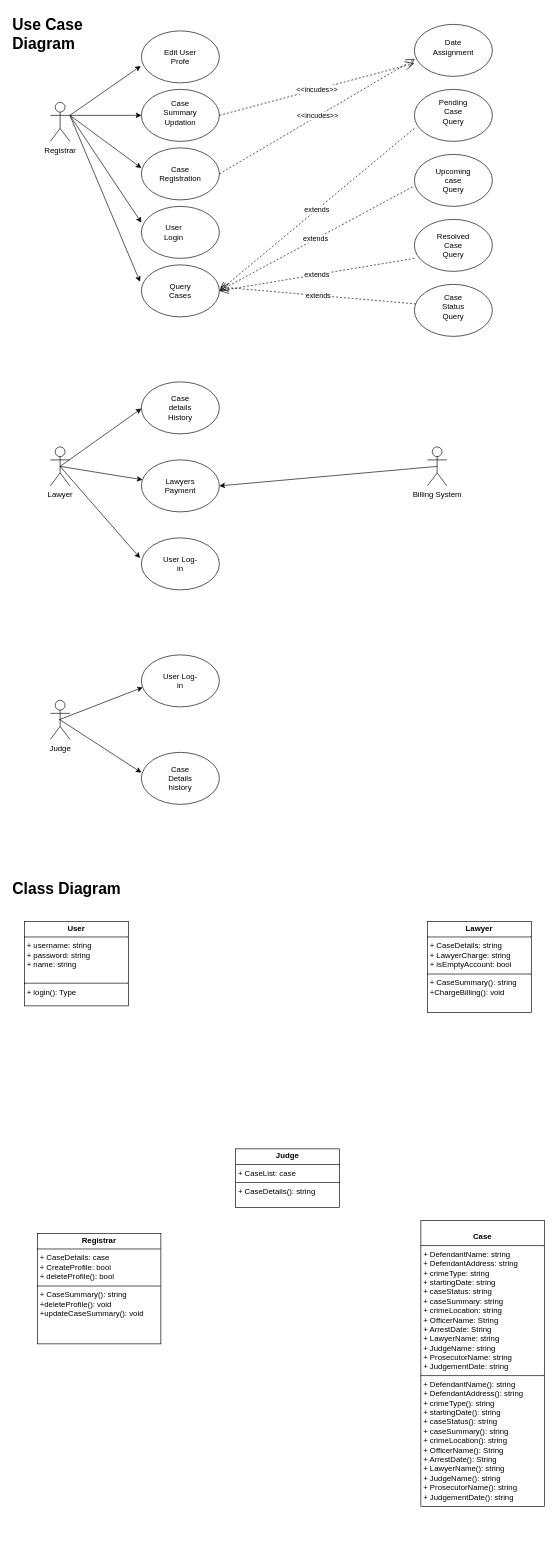
This is classss.drawio from amRohitKumar/software-lab, a draw.io file, before an edit. Source tidied: cells renumbered, new cells numbered last; positions are measured from the earlier drawing's top-left corner, leaving out a move shared by most shapes. Both pictures are drawn from the tidied source at 65%, with x=0, y=0 at pixel (11, 11).
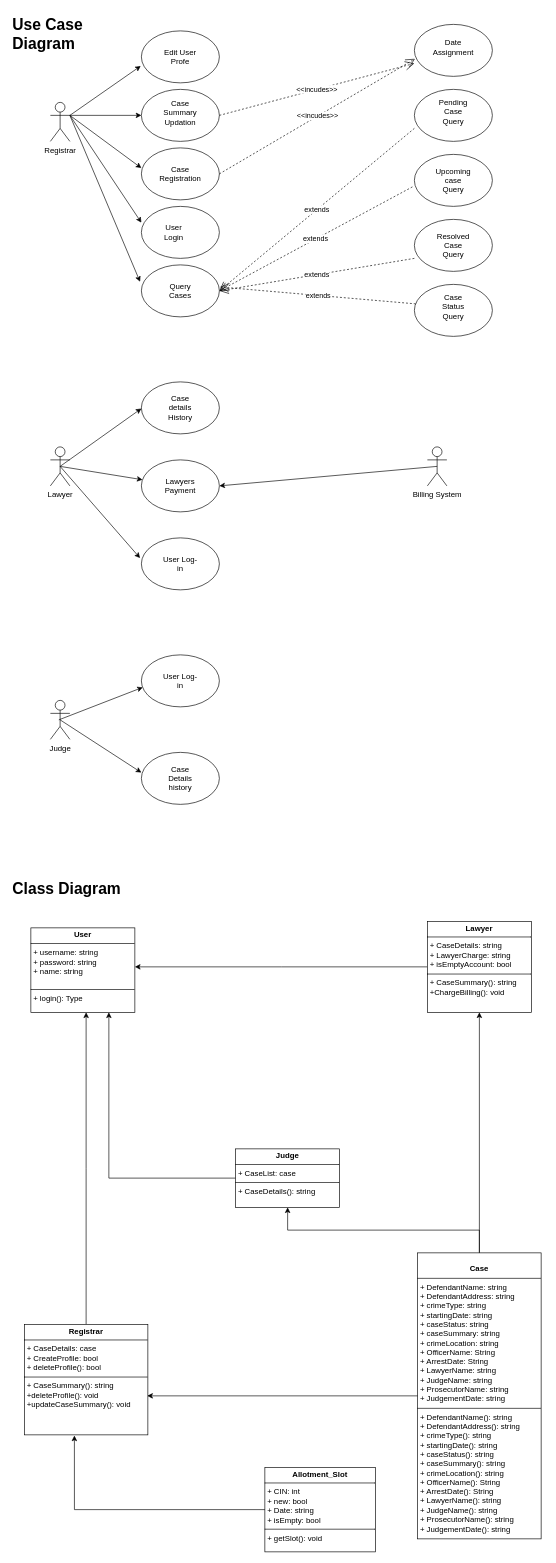
The same diagram, later.

Unchanged cells that the change refers to:
```xml
<mxCell id="56" value="&lt;p style=&quot;margin:0px;margin-top:4px;text-align:center;&quot;&gt;&lt;b&gt;Judge&lt;/b&gt;&lt;/p&gt;&lt;hr size=&quot;1&quot; style=&quot;border-style:solid;&quot;&gt;&lt;p style=&quot;margin:0px;margin-left:4px;&quot;&gt;+ CaseList: case&lt;/p&gt;&lt;hr size=&quot;1&quot; style=&quot;border-style:solid;&quot;&gt;&lt;p style=&quot;margin:0px;margin-left:4px;&quot;&gt;+ CaseDetails(): string&lt;/p&gt;&lt;p style=&quot;margin:0px;margin-left:4px;&quot;&gt;&lt;br&gt;&lt;/p&gt;" style="verticalAlign=top;align=left;overflow=fill;html=1;whiteSpace=wrap;" parent="1" vertex="1">
  <mxGeometry x="345" y="1750" width="160" height="90" as="geometry" />
</mxCell>
<mxCell id="58" value="&lt;p style=&quot;margin:0px;margin-top:4px;text-align:center;&quot;&gt;&lt;b&gt;Lawyer&lt;/b&gt;&lt;/p&gt;&lt;hr size=&quot;1&quot; style=&quot;border-style:solid;&quot;&gt;&lt;p style=&quot;margin:0px;margin-left:4px;&quot;&gt;+ CaseDetails: string&lt;/p&gt;&lt;p style=&quot;margin:0px;margin-left:4px;&quot;&gt;+ LawyerCharge: string&lt;br&gt;&lt;/p&gt;&lt;p style=&quot;margin:0px;margin-left:4px;&quot;&gt;+ isEmptyAccount: bool&lt;br&gt;&lt;/p&gt;&lt;hr size=&quot;1&quot; style=&quot;border-style:solid;&quot;&gt;&lt;p style=&quot;margin:0px;margin-left:4px;&quot;&gt;+ CaseSummary(): string&lt;/p&gt;&lt;p style=&quot;margin:0px;margin-left:4px;&quot;&gt;+ChargeBilling(): void&lt;/p&gt;" style="verticalAlign=top;align=left;overflow=fill;html=1;whiteSpace=wrap;" parent="1" vertex="1">
  <mxGeometry x="640" y="1400" width="160" height="140" as="geometry" />
</mxCell>
```

What changed in the source:
```diff
@@
+    <mxCell id="60" style="edgeStyle=orthogonalEdgeStyle;rounded=0;jettySize=auto;html=1;exitX=0.5;exitY=0;exitDx=0;exitDy=0;entryX=0.5;entryY=1;entryDx=0;entryDy=0;" parent="1" edge="1" source="55" target="56">
+      <mxGeometry relative="1" as="geometry" />
+    </mxCell>
+    <mxCell id="61" style="edgeStyle=orthogonalEdgeStyle;rounded=0;jettySize=auto;html=1;" parent="1" edge="1" source="55" target="58">
+      <mxGeometry relative="1" as="geometry" />
+    </mxCell>
     <mxCell id="55" value="&lt;p style=&quot;margin:0px;margin-top:4px;text-align:center;&quot;&gt;&lt;br&gt;&lt;b&gt;Case&lt;/b&gt;&lt;/p&gt;&lt;hr size=&quot;1&quot; style=&quot;border-style:solid;&quot;&gt;&lt;p style=&quot;margin:0px;margin-left:4px;&quot;&gt;+ DefendantName: string&lt;/p&gt;&lt;p style=&quot;margin:0px;margin-left:4px;&quot;&gt;+ DefendantAddress: string&lt;br&gt;&lt;/p&gt;&lt;p style=&quot;margin:0px;margin-left:4px;&quot;&gt;+ crimeType: string&lt;br&gt;&lt;/p&gt;&lt;p style=&quot;margin:0px;margin-left:4px;&quot;&gt;+ startingDate: string&lt;br&gt;&lt;/p&gt;&lt;p style=&quot;margin:0px;margin-left:4px;&quot;&gt;+ caseStatus: string&lt;br&gt;&lt;/p&gt;&lt;p style=&quot;margin:0px;margin-left:4px;&quot;&gt;+ caseSummary: string&lt;br&gt;&lt;/p&gt;&lt;p style=&quot;margin:0px;margin-left:4px;&quot;&gt;+ crimeLocation: string&lt;br&gt;&lt;/p&gt;&lt;p style=&quot;margin:0px;margin-left:4px;&quot;&gt;+ OfficerName: String&lt;br&gt;&lt;/p&gt;&lt;p style=&quot;margin:0px;margin-left:4px;&quot;&gt;+ ArrestDate: String&lt;br&gt;&lt;/p&gt;&lt;p style=&quot;margin:0px;margin-left:4px;&quot;&gt;+ LawyerName: string&lt;br&gt;&lt;/p&gt;&lt;p style=&quot;margin:0px;margin-left:4px;&quot;&gt;+ JudgeName: string&lt;br&gt;&lt;/p&gt;&lt;p style=&quot;margin:0px;margin-left:4px;&quot;&gt;+ ProsecutorName: string&lt;br&gt;&lt;/p&gt;&lt;p style=&quot;margin:0px;margin-left:4px;&quot;&gt;+ JudgementDate: string&lt;/p&gt;&lt;hr size=&quot;1&quot; style=&quot;border-style:solid;&quot;&gt;&lt;p style=&quot;margin: 0px 0px 0px 4px;&quot;&gt;+ DefendantName(): string&lt;/p&gt;&lt;p style=&quot;margin: 0px 0px 0px 4px;&quot;&gt;+ DefendantAddress(): string&lt;br&gt;&lt;/p&gt;&lt;p style=&quot;margin: 0px 0px 0px 4px;&quot;&gt;+ crimeType(): string&lt;br&gt;&lt;/p&gt;&lt;p style=&quot;margin: 0px 0px 0px 4px;&quot;&gt;+ startingDate(): string&lt;br&gt;&lt;/p&gt;&lt;p style=&quot;margin: 0px 0px 0px 4px;&quot;&gt;+ caseStatus(): string&lt;br&gt;&lt;/p&gt;&lt;p style=&quot;margin: 0px 0px 0px 4px;&quot;&gt;+ caseSummary(): string&lt;br&gt;&lt;/p&gt;&lt;p style=&quot;margin: 0px 0px 0px 4px;&quot;&gt;+ crimeLocation(): string&lt;br&gt;&lt;/p&gt;&lt;p style=&quot;margin: 0px 0px 0px 4px;&quot;&gt;+ OfficerName(): String&lt;br&gt;&lt;/p&gt;&lt;p style=&quot;margin: 0px 0px 0px 4px;&quot;&gt;+ ArrestDate(): String&lt;br&gt;&lt;/p&gt;&lt;p style=&quot;margin: 0px 0px 0px 4px;&quot;&gt;+ LawyerName(): string&lt;br&gt;&lt;/p&gt;&lt;p style=&quot;margin: 0px 0px 0px 4px;&quot;&gt;+ JudgeName(): string&lt;br&gt;&lt;/p&gt;&lt;p style=&quot;margin: 0px 0px 0px 4px;&quot;&gt;+ ProsecutorName(): string&lt;br&gt;&lt;/p&gt;&lt;p style=&quot;margin: 0px 0px 0px 4px;&quot;&gt;+ JudgementDate(): string&lt;/p&gt;&lt;div&gt;&lt;br&gt;&lt;/div&gt;" style="verticalAlign=top;align=left;overflow=fill;html=1;whiteSpace=wrap;" parent="1" vertex="1">
-      <mxGeometry x="630" y="1860" width="190" height="440" as="geometry" />
+      <mxGeometry x="625" y="1910" width="190" height="440" as="geometry" />
     </mxCell>
+    <mxCell id="62" style="edgeStyle=orthogonalEdgeStyle;rounded=0;jettySize=auto;html=1;exitX=0;exitY=0.5;exitDx=0;exitDy=0;entryX=0.75;entryY=1;entryDx=0;entryDy=0;" parent="1" edge="1" source="56" target="57">
+      <mxGeometry relative="1" as="geometry" />
+    </mxCell>
@@
     <mxCell id="57" value="&lt;p style=&quot;margin:0px;margin-top:4px;text-align:center;&quot;&gt;&lt;b&gt;User&lt;/b&gt;&lt;/p&gt;&lt;hr size=&quot;1&quot; style=&quot;border-style:solid;&quot;&gt;&lt;p style=&quot;margin:0px;margin-left:4px;&quot;&gt;+ username: string&lt;/p&gt;&lt;p style=&quot;margin:0px;margin-left:4px;&quot;&gt;+ password: string&lt;br&gt;&lt;/p&gt;&lt;p style=&quot;margin:0px;margin-left:4px;&quot;&gt;+ name: string&lt;br&gt;&lt;/p&gt;&lt;p style=&quot;margin:0px;margin-left:4px;&quot;&gt;&lt;br&gt;&lt;/p&gt;&lt;hr size=&quot;1&quot; style=&quot;border-style:solid;&quot;&gt;&lt;p style=&quot;margin:0px;margin-left:4px;&quot;&gt;+ login(): Type&lt;/p&gt;" style="verticalAlign=top;align=left;overflow=fill;html=1;whiteSpace=wrap;" parent="1" vertex="1">
-      <mxGeometry x="20" y="1400" width="160" height="130" as="geometry" />
+      <mxGeometry x="30" y="1410" width="160" height="130" as="geometry" />
     </mxCell>
+    <mxCell id="63" style="edgeStyle=orthogonalEdgeStyle;rounded=0;jettySize=auto;html=1;exitX=0;exitY=0.5;exitDx=0;exitDy=0;" parent="1" edge="1" source="58">
+      <mxGeometry relative="1" as="geometry">
+        <mxPoint x="190" y="1470" as="targetPoint" />
+      </mxGeometry>
+    </mxCell>
@@
+    <mxCell id="64" style="edgeStyle=orthogonalEdgeStyle;rounded=0;jettySize=auto;html=1;exitX=0.5;exitY=0;exitDx=0;exitDy=0;" parent="1" edge="1" source="59">
+      <mxGeometry relative="1" as="geometry">
+        <mxPoint x="115" y="1540" as="targetPoint" />
+      </mxGeometry>
+    </mxCell>
     <mxCell id="59" value="&lt;p style=&quot;margin:0px;margin-top:4px;text-align:center;&quot;&gt;&lt;b&gt;Registrar&lt;/b&gt;&lt;/p&gt;&lt;hr size=&quot;1&quot; style=&quot;border-style:solid;&quot;&gt;&lt;p style=&quot;margin:0px;margin-left:4px;&quot;&gt;+ CaseDetails: case&lt;/p&gt;&lt;p style=&quot;margin:0px;margin-left:4px;&quot;&gt;+ CreateProfile: bool&lt;br&gt;&lt;/p&gt;&lt;p style=&quot;margin:0px;margin-left:4px;&quot;&gt;+ deleteProfile(): bool&lt;br&gt;&lt;/p&gt;&lt;hr size=&quot;1&quot; style=&quot;border-style:solid;&quot;&gt;&lt;p style=&quot;margin:0px;margin-left:4px;&quot;&gt;+ CaseSummary(): string&lt;/p&gt;&lt;p style=&quot;margin:0px;margin-left:4px;&quot;&gt;+deleteProfile(): void&lt;/p&gt;&lt;p style=&quot;margin:0px;margin-left:4px;&quot;&gt;+updateCaseSummary(): void&lt;br&gt;&lt;/p&gt;" style="verticalAlign=top;align=left;overflow=fill;html=1;whiteSpace=wrap;" parent="1" vertex="1">
-      <mxGeometry x="40" y="1880" width="190" height="170" as="geometry" />
+      <mxGeometry x="20" y="2020" width="190" height="170" as="geometry" />
     </mxCell>
+    <mxCell id="65" value="&lt;p style=&quot;margin:0px;margin-top:4px;text-align:center;&quot;&gt;&lt;b&gt;Allotment_Slot&lt;/b&gt;&lt;/p&gt;&lt;hr size=&quot;1&quot; style=&quot;border-style:solid;&quot;&gt;&lt;p style=&quot;margin:0px;margin-left:4px;&quot;&gt;+ CIN: int&lt;/p&gt;&lt;p style=&quot;margin:0px;margin-left:4px;&quot;&gt;+ new: bool&lt;br&gt;&lt;/p&gt;&lt;p style=&quot;margin:0px;margin-left:4px;&quot;&gt;+ Date: string&lt;br&gt;&lt;/p&gt;&lt;p style=&quot;margin:0px;margin-left:4px;&quot;&gt;+ isEmpty: bool&lt;br&gt;&lt;/p&gt;&lt;hr size=&quot;1&quot; style=&quot;border-style:solid;&quot;&gt;&lt;p style=&quot;margin:0px;margin-left:4px;&quot;&gt;+ getSlot(): void&lt;/p&gt;" style="verticalAlign=top;align=left;overflow=fill;html=1;whiteSpace=wrap;" parent="1" vertex="1">
+      <mxGeometry x="390" y="2240" width="170" height="130" as="geometry" />
+    </mxCell>
+    <mxCell id="66" style="edgeStyle=orthogonalEdgeStyle;rounded=0;jettySize=auto;html=1;exitX=0;exitY=0.5;exitDx=0;exitDy=0;entryX=0.995;entryY=0.647;entryDx=0;entryDy=0;entryPerimeter=0;" parent="1" edge="1" source="55" target="59">
+      <mxGeometry relative="1" as="geometry" />
+    </mxCell>
+    <mxCell id="67" style="edgeStyle=orthogonalEdgeStyle;rounded=0;jettySize=auto;html=1;exitX=0;exitY=0.5;exitDx=0;exitDy=0;entryX=0.405;entryY=1.006;entryDx=0;entryDy=0;entryPerimeter=0;" parent="1" edge="1" source="65" target="59">
+      <mxGeometry relative="1" as="geometry" />
+    </mxCell>
```
